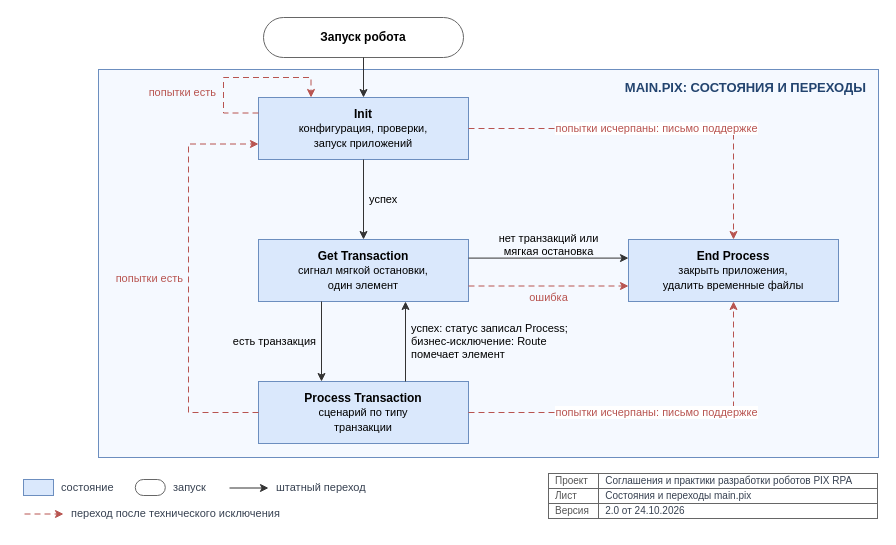
Above: page "template / TEMPLATE-02-states" (4 of 6) of images/diagrams.drawio in TheMrDJek/PixRpaDevelopmentConventions (draw.io), before the change. Source tidied: cells renumbered, new cells numbered last; positions are measured from the earlier drawing's top-left corner, leaving out a move shared by most shapes. Both pictures are drawn from the tidied source at 100%, with x=0, y=0 at pixel (23, 17).
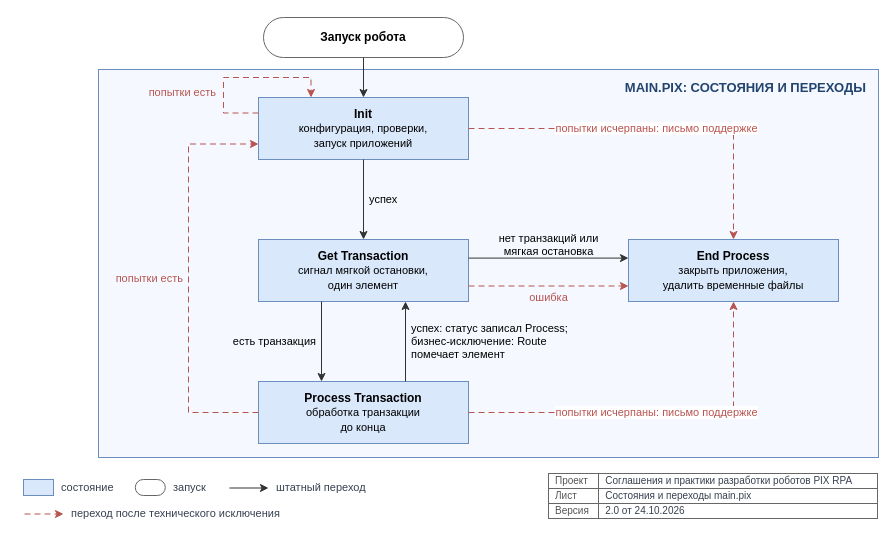
The same page after the edit.

Commit message (it also covers changes not shown here):
docs: template.md, Process Transaction обрабатывает транзакцию полностью

What changed in the source:
```diff
@@
-    <mxCell id="6" value="&lt;b&gt;Process Transaction&lt;/b&gt;&lt;br&gt;&lt;font style=&quot;font-size:11px&quot;&gt;сценарий по типу&lt;br&gt;транзакции&lt;/font&gt;" style="rounded=0;fillColor=#DAE8FC;strokeColor=#6C8EBF;strokeWidth=1;fontColor=#000000;fontSize=12;whiteSpace=wrap;html=1;fontFamily=Helvetica;" parent="1" vertex="1">
+    <mxCell id="6" value="&lt;b&gt;Process Transaction&lt;/b&gt;&lt;br&gt;&lt;font style=&quot;font-size:11px&quot;&gt;обработка транзакции&lt;br&gt;до конца&lt;/font&gt;" style="rounded=0;fillColor=#DAE8FC;strokeColor=#6C8EBF;strokeWidth=1;fontColor=#000000;fontSize=12;whiteSpace=wrap;html=1;fontFamily=Helvetica;" parent="1" vertex="1">
       <mxGeometry x="235" y="364" width="210" height="62" as="geometry" />
     </mxCell>
```
